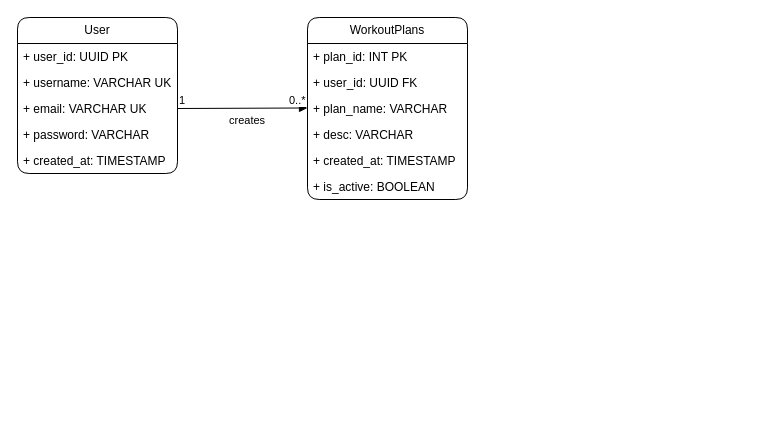
The draw.io diagram DB_UML_Diagram.drawio in onlynoer/workout-tracker, before the edit. Source tidied: cells renumbered, new cells numbered last; positions are measured from the earlier drawing's top-left corner, leaving out a move shared by most shapes. Both pictures are drawn from the tidied source at 100%, with x=0, y=0 at pixel (17, 17).
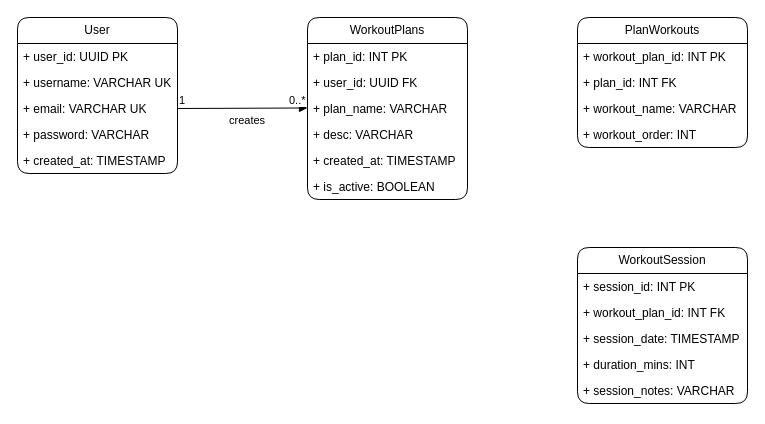
After the change.

Commit message:
Added planned workouts and sessions

Change to the diagram source:
```diff
@@
+    <mxCell id="18" value="PlanWorkouts" style="swimlane;fontStyle=0;horizontal=1;startSize=26;fillColor=none;whiteSpace=wrap;html=1;rounded=1;roundedPerimeter=1;" parent="1" vertex="1">
+      <mxGeometry x="560" width="170" height="130" as="geometry" />
+    </mxCell>
+    <mxCell id="19" value="+ workout_plan_id: INT PK" style="text;strokeColor=none;fillColor=none;align=left;verticalAlign=top;spacingLeft=4;spacingRight=4;overflow=hidden;whiteSpace=wrap;html=1;" parent="18" vertex="1">
+      <mxGeometry y="26" width="170" height="26" as="geometry" />
+    </mxCell>
+    <mxCell id="20" value="+ plan_id: INT FK" style="text;strokeColor=none;fillColor=none;align=left;verticalAlign=top;spacingLeft=4;spacingRight=4;overflow=hidden;whiteSpace=wrap;html=1;" parent="18" vertex="1">
+      <mxGeometry y="52" width="170" height="26" as="geometry" />
+    </mxCell>
+    <mxCell id="21" value="+ workout_name: VARCHAR" style="text;strokeColor=none;fillColor=none;align=left;verticalAlign=top;spacingLeft=4;spacingRight=4;overflow=hidden;whiteSpace=wrap;html=1;" parent="18" vertex="1">
+      <mxGeometry y="78" width="170" height="26" as="geometry" />
+    </mxCell>
+    <mxCell id="22" value="+ workout_order: INT" style="text;strokeColor=none;fillColor=none;align=left;verticalAlign=top;spacingLeft=4;spacingRight=4;overflow=hidden;whiteSpace=wrap;html=1;" parent="18" vertex="1">
+      <mxGeometry y="104" width="170" height="26" as="geometry" />
+    </mxCell>
+    <mxCell id="23" value="WorkoutSession" style="swimlane;fontStyle=0;horizontal=1;startSize=26;fillColor=none;whiteSpace=wrap;html=1;rounded=1;roundedPerimeter=1;" parent="1" vertex="1">
+      <mxGeometry x="560" y="230" width="170" height="156" as="geometry" />
+    </mxCell>
+    <mxCell id="24" value="+ session_id: INT PK" style="text;strokeColor=none;fillColor=none;align=left;verticalAlign=top;spacingLeft=4;spacingRight=4;overflow=hidden;whiteSpace=wrap;html=1;" parent="23" vertex="1">
+      <mxGeometry y="26" width="170" height="26" as="geometry" />
+    </mxCell>
+    <mxCell id="25" value="+ workout_plan_id: INT FK" style="text;strokeColor=none;fillColor=none;align=left;verticalAlign=top;spacingLeft=4;spacingRight=4;overflow=hidden;whiteSpace=wrap;html=1;" parent="23" vertex="1">
+      <mxGeometry y="52" width="170" height="26" as="geometry" />
+    </mxCell>
+    <mxCell id="26" value="+ session_date: TIMESTAMP" style="text;strokeColor=none;fillColor=none;align=left;verticalAlign=top;spacingLeft=4;spacingRight=4;overflow=hidden;whiteSpace=wrap;html=1;" parent="23" vertex="1">
+      <mxGeometry y="78" width="170" height="26" as="geometry" />
+    </mxCell>
+    <mxCell id="27" value="+ duration_mins: INT" style="text;strokeColor=none;fillColor=none;align=left;verticalAlign=top;spacingLeft=4;spacingRight=4;overflow=hidden;whiteSpace=wrap;html=1;" parent="23" vertex="1">
+      <mxGeometry y="104" width="170" height="26" as="geometry" />
+    </mxCell>
+    <mxCell id="28" value="+ session_notes: VARCHAR" style="text;strokeColor=none;fillColor=none;align=left;verticalAlign=top;spacingLeft=4;spacingRight=4;overflow=hidden;whiteSpace=wrap;html=1;" parent="23" vertex="1">
+      <mxGeometry y="130" width="170" height="26" as="geometry" />
+    </mxCell>
```
